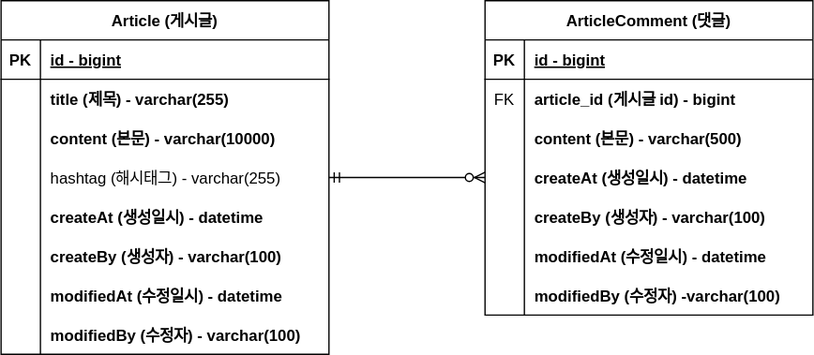
This is document/project-board-erd.svg from wnsgur0504/boot-project, a draw.io export, as it was before one commit. Source tidied: cells renumbered, new cells last; positions are measured from the earlier drawing's top-left corner, leaving out a move shared by most shapes.
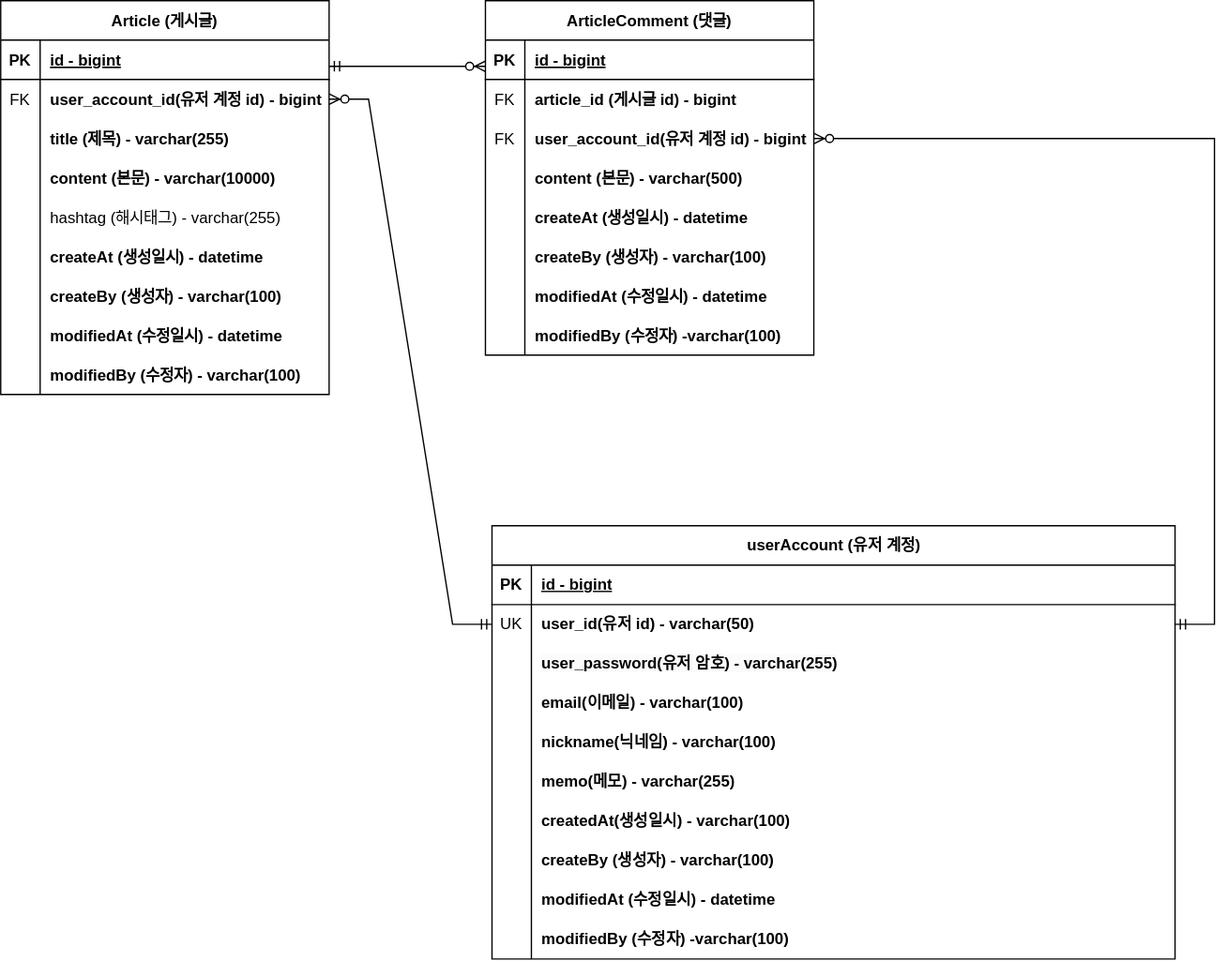
The same diagram one commit later.

Change to the diagram source:
```diff
@@ -5,3 +5,3 @@
     <mxCell id="2" value="Article (게시글)" style="shape=table;startSize=30;rowLines=0;fontStyle=1;align=center;" parent="1" vertex="1">
-      <mxGeometry width="250" height="270" as="geometry" />
+      <mxGeometry width="250" height="300" as="geometry" />
     </mxCell>
@@ -16,4 +16,13 @@
     </mxCell>
+    <mxCell id="50" style="shape=partialRectangle;fillColor=none;points=[[0,0.5],[1,0.5]];portConstraint=eastwest;top=0;left=0;right=0;bottom=0;" parent="2" vertex="1">
+      <mxGeometry y="60" width="250" height="30" as="geometry" />
+    </mxCell>
+    <mxCell id="51" value="FK" style="shape=partialRectangle;overflow=hidden;fillColor=none;top=0;left=0;bottom=0;right=0;" parent="50" vertex="1">
+      <mxGeometry width="30" height="30" as="geometry" />
+    </mxCell>
+    <mxCell id="52" value="user_account_id(유저 계정 id) - bigint" style="shape=partialRectangle;overflow=hidden;fillColor=none;top=0;left=0;bottom=0;right=0;align=left;spacingLeft=6;fontStyle=1;" parent="50" vertex="1">
+      <mxGeometry x="30" width="220" height="30" as="geometry" />
+    </mxCell>
     <mxCell id="6" style="shape=partialRectangle;fillColor=none;top=0;left=0;right=0;bottom=0;" parent="2" vertex="1">
-      <mxGeometry y="60" width="250" height="30" as="geometry" />
+      <mxGeometry y="90" width="250" height="30" as="geometry" />
     </mxCell>
@@ -26,3 +35,3 @@
     <mxCell id="9" style="shape=partialRectangle;fillColor=none;top=0;left=0;right=0;bottom=0;" parent="2" vertex="1">
-      <mxGeometry y="90" width="250" height="30" as="geometry" />
+      <mxGeometry y="120" width="250" height="30" as="geometry" />
     </mxCell>
@@ -35,3 +44,3 @@
     <mxCell id="12" style="shape=partialRectangle;fillColor=none;points=[[0,0.5],[1,0.5]];portConstraint=eastwest;top=0;left=0;right=0;bottom=0;" parent="2" vertex="1">
-      <mxGeometry y="120" width="250" height="30" as="geometry" />
+      <mxGeometry y="150" width="250" height="30" as="geometry" />
     </mxCell>
@@ -44,3 +53,3 @@
     <mxCell id="15" style="shape=partialRectangle;fillColor=none;top=0;left=0;right=0;bottom=0;" parent="2" vertex="1">
-      <mxGeometry y="150" width="250" height="30" as="geometry" />
+      <mxGeometry y="180" width="250" height="30" as="geometry" />
     </mxCell>
@@ -53,3 +62,3 @@
     <mxCell id="18" style="shape=partialRectangle;fillColor=none;top=0;left=0;right=0;bottom=0;" parent="2" vertex="1">
-      <mxGeometry y="180" width="250" height="30" as="geometry" />
+      <mxGeometry y="210" width="250" height="30" as="geometry" />
     </mxCell>
@@ -62,3 +71,3 @@
     <mxCell id="21" style="shape=partialRectangle;fillColor=none;top=0;left=0;right=0;bottom=0;" parent="2" vertex="1">
-      <mxGeometry y="210" width="250" height="30" as="geometry" />
+      <mxGeometry y="240" width="250" height="30" as="geometry" />
     </mxCell>
@@ -71,3 +80,3 @@
     <mxCell id="24" style="shape=partialRectangle;fillColor=none;top=0;left=0;right=0;bottom=0;" parent="2" vertex="1">
-      <mxGeometry y="240" width="250" height="30" as="geometry" />
+      <mxGeometry y="270" width="250" height="30" as="geometry" />
     </mxCell>
@@ -80,3 +89,3 @@
     <mxCell id="27" value="ArticleComment (댓글)" style="shape=table;startSize=30;rowLines=0;fontStyle=1;align=center;" parent="1" vertex="1">
-      <mxGeometry x="369" width="250" height="240" as="geometry" />
+      <mxGeometry x="369" width="250" height="270" as="geometry" />
     </mxCell>
@@ -100,4 +109,13 @@
     </mxCell>
+    <mxCell id="53" style="shape=partialRectangle;fillColor=none;points=[[0,0.5],[1,0.5]];portConstraint=eastwest;top=0;left=0;right=0;bottom=0;" parent="27" vertex="1">
+      <mxGeometry y="90" width="250" height="30" as="geometry" />
+    </mxCell>
+    <mxCell id="54" value="FK" style="shape=partialRectangle;overflow=hidden;fillColor=none;top=0;left=0;bottom=0;right=0;" parent="53" vertex="1">
+      <mxGeometry width="30" height="30" as="geometry" />
+    </mxCell>
+    <mxCell id="55" value="user_account_id(유저 계정 id) - bigint" style="shape=partialRectangle;overflow=hidden;fillColor=none;top=0;left=0;bottom=0;right=0;align=left;spacingLeft=6;fontStyle=1;" parent="53" vertex="1">
+      <mxGeometry x="30" width="220" height="30" as="geometry" />
+    </mxCell>
     <mxCell id="34" style="shape=partialRectangle;fillColor=none;top=0;left=0;right=0;bottom=0;" parent="27" vertex="1">
-      <mxGeometry y="90" width="250" height="30" as="geometry" />
+      <mxGeometry y="120" width="250" height="30" as="geometry" />
     </mxCell>
@@ -110,3 +128,3 @@
     <mxCell id="37" style="shape=partialRectangle;fillColor=none;points=[[0,0.5],[1,0.5]];portConstraint=eastwest;top=0;left=0;right=0;bottom=0;" parent="27" vertex="1">
-      <mxGeometry y="120" width="250" height="30" as="geometry" />
+      <mxGeometry y="150" width="250" height="30" as="geometry" />
     </mxCell>
@@ -119,3 +137,3 @@
     <mxCell id="40" style="shape=partialRectangle;fillColor=none;top=0;left=0;right=0;bottom=0;" parent="27" vertex="1">
-      <mxGeometry y="150" width="250" height="30" as="geometry" />
+      <mxGeometry y="180" width="250" height="30" as="geometry" />
     </mxCell>
@@ -128,3 +146,3 @@
     <mxCell id="43" style="shape=partialRectangle;fillColor=none;top=0;left=0;right=0;bottom=0;" parent="27" vertex="1">
-      <mxGeometry y="180" width="250" height="30" as="geometry" />
+      <mxGeometry y="210" width="250" height="30" as="geometry" />
     </mxCell>
@@ -137,3 +155,3 @@
     <mxCell id="46" style="shape=partialRectangle;fillColor=none;top=0;left=0;right=0;bottom=0;" parent="27" vertex="1">
-      <mxGeometry y="210" width="250" height="30" as="geometry" />
+      <mxGeometry y="240" width="250" height="30" as="geometry" />
     </mxCell>
@@ -145,5 +163,113 @@
     </mxCell>
-    <mxCell id="49" style="edgeStyle=entityRelationEdgeStyle;fontSize=12;html=1;endArrow=ERzeroToMany;startArrow=ERmandOne;rounded=0;exitX=1;exitY=0.5;exitDx=0;exitDy=0;entryX=0;entryY=0.5;entryDx=0;entryDy=0;" parent="1" edge="1" source="12" target="37">
-      <mxGeometry relative="1" as="geometry" />
+    <mxCell id="49" style="edgeStyle=entityRelationEdgeStyle;fontSize=12;html=1;endArrow=ERzeroToMany;startArrow=ERmandOne;rounded=0;exitX=1;exitY=0.5;exitDx=0;exitDy=0;entryX=0;entryY=0.5;entryDx=0;entryDy=0;" parent="1" edge="1">
+      <mxGeometry relative="1" as="geometry">
+        <mxPoint x="250" y="50" as="sourcePoint" />
+        <mxPoint x="369" y="50" as="targetPoint" />
+      </mxGeometry>
     </mxCell>
+    <mxCell id="56" value="userAccount (유저 계정)" style="shape=table;startSize=30;rowLines=0;fontStyle=1;align=center;html=1;strokeColor=default;verticalAlign=middle;fontFamily=Helvetica;fontSize=12;fontColor=default;fillColor=none;" parent="1" vertex="1">
+      <mxGeometry x="374" y="400" width="520" height="330" as="geometry" />
+    </mxCell>
+    <mxCell id="57" style="shape=tableRow;horizontal=0;startSize=0;swimlaneHead=0;swimlaneBody=0;fillColor=none;top=0;left=0;right=0;bottom=1;strokeColor=default;align=center;verticalAlign=middle;fontFamily=Helvetica;fontSize=12;fontColor=default;" parent="56" vertex="1">
+      <mxGeometry y="30" width="520" height="30" as="geometry" />
+    </mxCell>
+    <mxCell id="58" value="PK" style="shape=partialRectangle;fillColor=none;top=0;left=0;bottom=0;right=0;fontStyle=1;overflow=hidden;whiteSpace=wrap;html=1;strokeColor=default;align=center;verticalAlign=middle;fontFamily=Helvetica;fontSize=12;fontColor=default;" parent="57" vertex="1">
+      <mxGeometry width="30" height="30" as="geometry" />
+    </mxCell>
+    <mxCell id="59" value="&lt;span style=&quot;text-wrap: nowrap;&quot;&gt;id - bigint&lt;/span&gt;" style="shape=partialRectangle;fillColor=none;top=0;left=0;bottom=0;right=0;align=left;spacingLeft=6;fontStyle=5;overflow=hidden;whiteSpace=wrap;html=1;strokeColor=default;verticalAlign=middle;fontFamily=Helvetica;fontSize=12;fontColor=default;" parent="57" vertex="1">
+      <mxGeometry x="30" width="490" height="30" as="geometry" />
+    </mxCell>
+    <mxCell id="60" style="shape=tableRow;horizontal=0;startSize=0;swimlaneHead=0;swimlaneBody=0;fillColor=none;points=[[0,0.5],[1,0.5]];portConstraint=eastwest;top=0;left=0;right=0;bottom=0;strokeColor=default;align=center;verticalAlign=middle;fontFamily=Helvetica;fontSize=12;fontColor=default;" parent="56" vertex="1">
+      <mxGeometry y="60" width="520" height="30" as="geometry" />
+    </mxCell>
+    <mxCell id="61" value="UK" style="shape=partialRectangle;fillColor=none;top=0;left=0;bottom=0;right=0;overflow=hidden;whiteSpace=wrap;html=1;strokeColor=default;align=center;verticalAlign=middle;fontFamily=Helvetica;fontSize=12;fontColor=default;" parent="60" vertex="1">
+      <mxGeometry width="30" height="30" as="geometry" />
+    </mxCell>
+    <mxCell id="62" value="&lt;span style=&quot;font-weight: 700; text-wrap: nowrap;&quot;&gt;user_id(유저 id) - varchar(50)&lt;/span&gt;" style="shape=partialRectangle;fillColor=none;top=0;left=0;bottom=0;right=0;align=left;spacingLeft=6;overflow=hidden;whiteSpace=wrap;html=1;strokeColor=default;verticalAlign=middle;fontFamily=Helvetica;fontSize=12;fontColor=default;" parent="60" vertex="1">
+      <mxGeometry x="30" width="490" height="30" as="geometry" />
+    </mxCell>
+    <mxCell id="63" style="shape=tableRow;horizontal=0;startSize=0;swimlaneHead=0;swimlaneBody=0;fillColor=none;top=0;left=0;right=0;bottom=0;strokeColor=default;align=center;verticalAlign=middle;fontFamily=Helvetica;fontSize=12;fontColor=default;" parent="56" vertex="1">
+      <mxGeometry y="90" width="520" height="30" as="geometry" />
+    </mxCell>
+    <mxCell id="64" style="shape=partialRectangle;fillColor=none;top=0;left=0;bottom=0;right=0;overflow=hidden;whiteSpace=wrap;html=1;strokeColor=default;align=center;verticalAlign=middle;fontFamily=Helvetica;fontSize=12;fontColor=default;" parent="63" vertex="1">
+      <mxGeometry width="30" height="30" as="geometry" />
+    </mxCell>
+    <mxCell id="65" value="&lt;meta charset=&quot;utf-8&quot;&gt;&lt;span style=&quot;color: rgb(0, 0, 0); font-family: Helvetica; font-size: 12px; font-style: normal; font-variant-ligatures: normal; font-variant-caps: normal; font-weight: 700; letter-spacing: normal; orphans: 2; text-align: left; text-indent: 0px; text-transform: none; widows: 2; word-spacing: 0px; -webkit-text-stroke-width: 0px; white-space: nowrap; background-color: rgb(251, 251, 251); text-decoration-thickness: initial; text-decoration-style: initial; text-decoration-color: initial; display: inline !important; float: none;&quot;&gt;user_password(유저 암호) - varchar(255)&lt;/span&gt;" style="shape=partialRectangle;fillColor=none;top=0;left=0;bottom=0;right=0;align=left;spacingLeft=6;overflow=hidden;whiteSpace=wrap;html=1;strokeColor=default;verticalAlign=middle;fontFamily=Helvetica;fontSize=12;fontColor=default;" parent="63" vertex="1">
+      <mxGeometry x="30" width="490" height="30" as="geometry" />
+    </mxCell>
+    <mxCell id="66" style="shape=tableRow;horizontal=0;startSize=0;swimlaneHead=0;swimlaneBody=0;fillColor=none;top=0;left=0;right=0;bottom=0;strokeColor=default;align=center;verticalAlign=middle;fontFamily=Helvetica;fontSize=12;fontColor=default;" parent="56" vertex="1">
+      <mxGeometry y="120" width="520" height="30" as="geometry" />
+    </mxCell>
+    <mxCell id="67" style="shape=partialRectangle;fillColor=none;top=0;left=0;bottom=0;right=0;overflow=hidden;whiteSpace=wrap;html=1;strokeColor=default;align=center;verticalAlign=middle;fontFamily=Helvetica;fontSize=12;fontColor=default;" parent="66" vertex="1">
+      <mxGeometry width="30" height="30" as="geometry" />
+    </mxCell>
+    <mxCell id="68" value="&lt;span style=&quot;font-weight: 700; text-wrap: nowrap;&quot;&gt;email(이메일) - varchar(100)&amp;nbsp;&amp;nbsp;&lt;/span&gt;" style="shape=partialRectangle;fillColor=none;top=0;left=0;bottom=0;right=0;align=left;spacingLeft=6;overflow=hidden;whiteSpace=wrap;html=1;strokeColor=default;verticalAlign=middle;fontFamily=Helvetica;fontSize=12;fontColor=default;" parent="66" vertex="1">
+      <mxGeometry x="30" width="490" height="30" as="geometry" />
+    </mxCell>
+    <mxCell id="69" style="shape=tableRow;horizontal=0;startSize=0;swimlaneHead=0;swimlaneBody=0;fillColor=none;top=0;left=0;right=0;bottom=0;strokeColor=default;align=center;verticalAlign=middle;fontFamily=Helvetica;fontSize=12;fontColor=default;" parent="56" vertex="1">
+      <mxGeometry y="150" width="520" height="30" as="geometry" />
+    </mxCell>
+    <mxCell id="70" style="shape=partialRectangle;fillColor=none;top=0;left=0;bottom=0;right=0;overflow=hidden;whiteSpace=wrap;html=1;strokeColor=default;align=center;verticalAlign=middle;fontFamily=Helvetica;fontSize=12;fontColor=default;" parent="69" vertex="1">
+      <mxGeometry width="30" height="30" as="geometry" />
+    </mxCell>
+    <mxCell id="71" value="&lt;span style=&quot;font-weight: 700; text-wrap: nowrap;&quot;&gt;nickname(닉네임) - varchar(100)&lt;/span&gt;" style="shape=partialRectangle;fillColor=none;top=0;left=0;bottom=0;right=0;align=left;spacingLeft=6;overflow=hidden;whiteSpace=wrap;html=1;strokeColor=default;verticalAlign=middle;fontFamily=Helvetica;fontSize=12;fontColor=default;" parent="69" vertex="1">
+      <mxGeometry x="30" width="490" height="30" as="geometry" />
+    </mxCell>
+    <mxCell id="72" style="shape=tableRow;horizontal=0;startSize=0;swimlaneHead=0;swimlaneBody=0;fillColor=none;top=0;left=0;right=0;bottom=0;strokeColor=default;align=center;verticalAlign=middle;fontFamily=Helvetica;fontSize=12;fontColor=default;" parent="56" vertex="1">
+      <mxGeometry y="180" width="520" height="30" as="geometry" />
+    </mxCell>
+    <mxCell id="73" style="shape=partialRectangle;fillColor=none;top=0;left=0;bottom=0;right=0;overflow=hidden;whiteSpace=wrap;html=1;strokeColor=default;align=center;verticalAlign=middle;fontFamily=Helvetica;fontSize=12;fontColor=default;" parent="72" vertex="1">
+      <mxGeometry width="30" height="30" as="geometry" />
+    </mxCell>
+    <mxCell id="74" value="&lt;span style=&quot;font-weight: 700; text-wrap: nowrap;&quot;&gt;memo(메모) - varchar(255)&lt;/span&gt;" style="shape=partialRectangle;fillColor=none;top=0;left=0;bottom=0;right=0;align=left;spacingLeft=6;overflow=hidden;whiteSpace=wrap;html=1;strokeColor=default;verticalAlign=middle;fontFamily=Helvetica;fontSize=12;fontColor=default;" parent="72" vertex="1">
+      <mxGeometry x="30" width="490" height="30" as="geometry" />
+    </mxCell>
+    <mxCell id="75" style="shape=tableRow;horizontal=0;startSize=0;swimlaneHead=0;swimlaneBody=0;fillColor=none;top=0;left=0;right=0;bottom=0;strokeColor=default;align=center;verticalAlign=middle;fontFamily=Helvetica;fontSize=12;fontColor=default;" parent="56" vertex="1">
+      <mxGeometry y="210" width="520" height="30" as="geometry" />
+    </mxCell>
+    <mxCell id="76" style="shape=partialRectangle;fillColor=none;top=0;left=0;bottom=0;right=0;overflow=hidden;whiteSpace=wrap;html=1;strokeColor=default;align=center;verticalAlign=middle;fontFamily=Helvetica;fontSize=12;fontColor=default;" parent="75" vertex="1">
+      <mxGeometry width="30" height="30" as="geometry" />
+    </mxCell>
+    <mxCell id="77" value="&lt;span style=&quot;font-weight: 700; text-wrap: nowrap;&quot;&gt;createdAt(생성일시) - varchar(100)&lt;/span&gt;" style="shape=partialRectangle;fillColor=none;top=0;left=0;bottom=0;right=0;align=left;spacingLeft=6;overflow=hidden;whiteSpace=wrap;html=1;strokeColor=default;verticalAlign=middle;fontFamily=Helvetica;fontSize=12;fontColor=default;" parent="75" vertex="1">
+      <mxGeometry x="30" width="490" height="30" as="geometry" />
+    </mxCell>
+    <mxCell id="78" style="shape=tableRow;horizontal=0;startSize=0;swimlaneHead=0;swimlaneBody=0;fillColor=none;top=0;left=0;right=0;bottom=0;strokeColor=default;align=center;verticalAlign=middle;fontFamily=Helvetica;fontSize=12;fontColor=default;" parent="56" vertex="1">
+      <mxGeometry y="240" width="520" height="30" as="geometry" />
+    </mxCell>
+    <mxCell id="79" style="shape=partialRectangle;fillColor=none;top=0;left=0;bottom=0;right=0;overflow=hidden;whiteSpace=wrap;html=1;strokeColor=default;align=center;verticalAlign=middle;fontFamily=Helvetica;fontSize=12;fontColor=default;" parent="78" vertex="1">
+      <mxGeometry width="30" height="30" as="geometry" />
+    </mxCell>
+    <mxCell id="80" value="&lt;span style=&quot;font-weight: 700; text-wrap: nowrap;&quot;&gt;createBy (생성자) - varchar(100)&lt;/span&gt;" style="shape=partialRectangle;fillColor=none;top=0;left=0;bottom=0;right=0;align=left;spacingLeft=6;overflow=hidden;whiteSpace=wrap;html=1;strokeColor=default;verticalAlign=middle;fontFamily=Helvetica;fontSize=12;fontColor=default;" parent="78" vertex="1">
+      <mxGeometry x="30" width="490" height="30" as="geometry" />
+    </mxCell>
+    <mxCell id="81" style="shape=tableRow;horizontal=0;startSize=0;swimlaneHead=0;swimlaneBody=0;fillColor=none;top=0;left=0;right=0;bottom=0;strokeColor=default;align=center;verticalAlign=middle;fontFamily=Helvetica;fontSize=12;fontColor=default;" parent="56" vertex="1">
+      <mxGeometry y="270" width="520" height="30" as="geometry" />
+    </mxCell>
+    <mxCell id="82" style="shape=partialRectangle;fillColor=none;top=0;left=0;bottom=0;right=0;overflow=hidden;whiteSpace=wrap;html=1;strokeColor=default;align=center;verticalAlign=middle;fontFamily=Helvetica;fontSize=12;fontColor=default;" parent="81" vertex="1">
+      <mxGeometry width="30" height="30" as="geometry" />
+    </mxCell>
+    <mxCell id="83" value="&lt;span style=&quot;font-weight: 700; text-wrap: nowrap;&quot;&gt;modifiedAt (수정일시) - datetime&lt;/span&gt;" style="shape=partialRectangle;fillColor=none;top=0;left=0;bottom=0;right=0;align=left;spacingLeft=6;overflow=hidden;whiteSpace=wrap;html=1;strokeColor=default;verticalAlign=middle;fontFamily=Helvetica;fontSize=12;fontColor=default;" parent="81" vertex="1">
+      <mxGeometry x="30" width="490" height="30" as="geometry" />
+    </mxCell>
+    <mxCell id="84" style="shape=tableRow;horizontal=0;startSize=0;swimlaneHead=0;swimlaneBody=0;fillColor=none;top=0;left=0;right=0;bottom=0;strokeColor=default;align=center;verticalAlign=middle;fontFamily=Helvetica;fontSize=12;fontColor=default;" parent="56" vertex="1">
+      <mxGeometry y="300" width="520" height="30" as="geometry" />
+    </mxCell>
+    <mxCell id="85" style="shape=partialRectangle;fillColor=none;top=0;left=0;bottom=0;right=0;overflow=hidden;whiteSpace=wrap;html=1;strokeColor=default;align=center;verticalAlign=middle;fontFamily=Helvetica;fontSize=12;fontColor=default;" parent="84" vertex="1">
+      <mxGeometry width="30" height="30" as="geometry" />
+    </mxCell>
+    <mxCell id="86" value="&lt;span style=&quot;font-weight: 700; text-wrap: nowrap;&quot;&gt;modifiedBy (수정자) -varchar(100)&lt;/span&gt;" style="shape=partialRectangle;fillColor=none;top=0;left=0;bottom=0;right=0;align=left;spacingLeft=6;overflow=hidden;whiteSpace=wrap;html=1;strokeColor=default;verticalAlign=middle;fontFamily=Helvetica;fontSize=12;fontColor=default;" parent="84" vertex="1">
+      <mxGeometry x="30" width="490" height="30" as="geometry" />
+    </mxCell>
+    <mxCell id="87" style="edgeStyle=entityRelationEdgeStyle;fontSize=12;html=1;endArrow=ERzeroToMany;startArrow=ERmandOne;rounded=0;fontFamily=Helvetica;fontColor=default;exitX=0;exitY=0.5;exitDx=0;exitDy=0;" parent="1" edge="1" source="60" target="50">
+      <mxGeometry relative="1" as="geometry">
+        <Array as="points">
+          <mxPoint x="-31" y="425" />
+          <mxPoint x="-21" y="415" />
+          <mxPoint x="149" y="385" />
+        </Array>
+      </mxGeometry>
+    </mxCell>
+    <mxCell id="88" style="edgeStyle=entityRelationEdgeStyle;fontSize=12;html=1;endArrow=ERzeroToMany;startArrow=ERmandOne;rounded=0;fontFamily=Helvetica;fontColor=default;entryX=1;entryY=0.5;entryDx=0;entryDy=0;" parent="1" edge="1" source="60" target="53">
+      <mxGeometry relative="1" as="geometry" />
+    </mxCell>
   </root>
```
